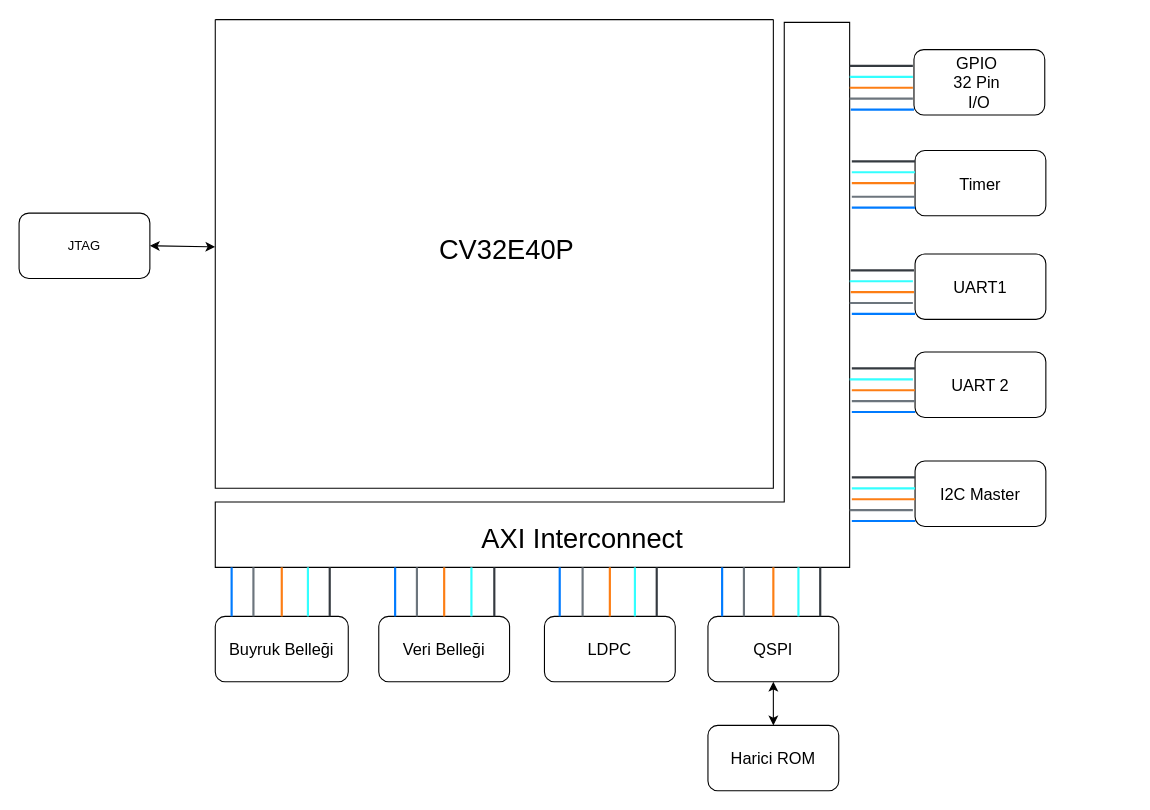
This is Başlıksız Diyagram.drawio from Fegell/Fegell, a draw.io file, before an edit. Source tidied: cells renumbered, new cells numbered last; positions are measured from the earlier drawing's top-left corner, leaving out a move shared by most shapes. Both pictures are drawn from the tidied source at 109%, with x=0, y=0 at pixel (19, 19).
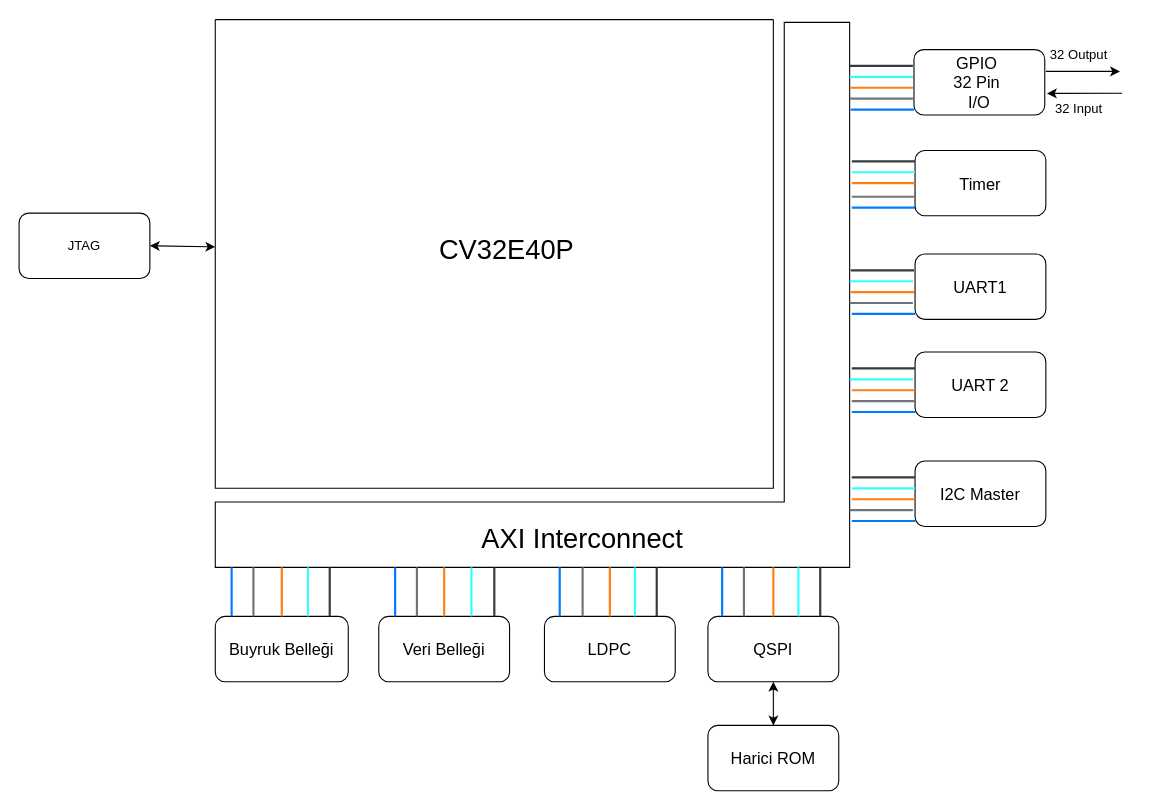
After the change.

Commit message:
Güncelleme denetleyici son.drawio

Unchanged cells that the change refers to:
```xml
<mxCell id="4" value="GPIO&amp;nbsp;&lt;div&gt;32 Pin&amp;nbsp;&lt;/div&gt;&lt;div&gt;I/O&lt;/div&gt;" style="rounded=1;whiteSpace=wrap;html=1;fontSize=15;" parent="1" vertex="1">
  <mxGeometry x="821" y="28" width="120" height="60" as="geometry" />
</mxCell>
```

What changed in the source:
```diff
@@
+    <mxCell id="64" style="endArrow=classic;html=1;rounded=0;" parent="1" edge="1">
+      <mxGeometry relative="1" as="geometry">
+        <mxPoint x="942" y="48" as="sourcePoint" />
+        <mxPoint x="1010" y="48" as="targetPoint" />
+      </mxGeometry>
+    </mxCell>
+    <mxCell id="65" value="32 Output" style="text;html=1;align=center;verticalAlign=middle;strokeColor=none;fillColor=none;" parent="1" vertex="1">
+      <mxGeometry x="932" y="18" width="80" height="30" as="geometry" />
+    </mxCell>
+    <mxCell id="66" style="endArrow=classic;html=1;rounded=0;entryX=1.017;entryY=0.67;entryDx=0;entryDy=0;entryPerimeter=0;" parent="1" edge="1" target="4">
+      <mxGeometry relative="1" as="geometry">
+        <mxPoint x="1012" y="68" as="sourcePoint" />
+      </mxGeometry>
+    </mxCell>
+    <mxCell id="67" value="32 Input" style="text;html=1;align=center;verticalAlign=middle;strokeColor=none;fillColor=none;" parent="1" vertex="1">
+      <mxGeometry x="937" y="68" width="70" height="30" as="geometry" />
+    </mxCell>
```
